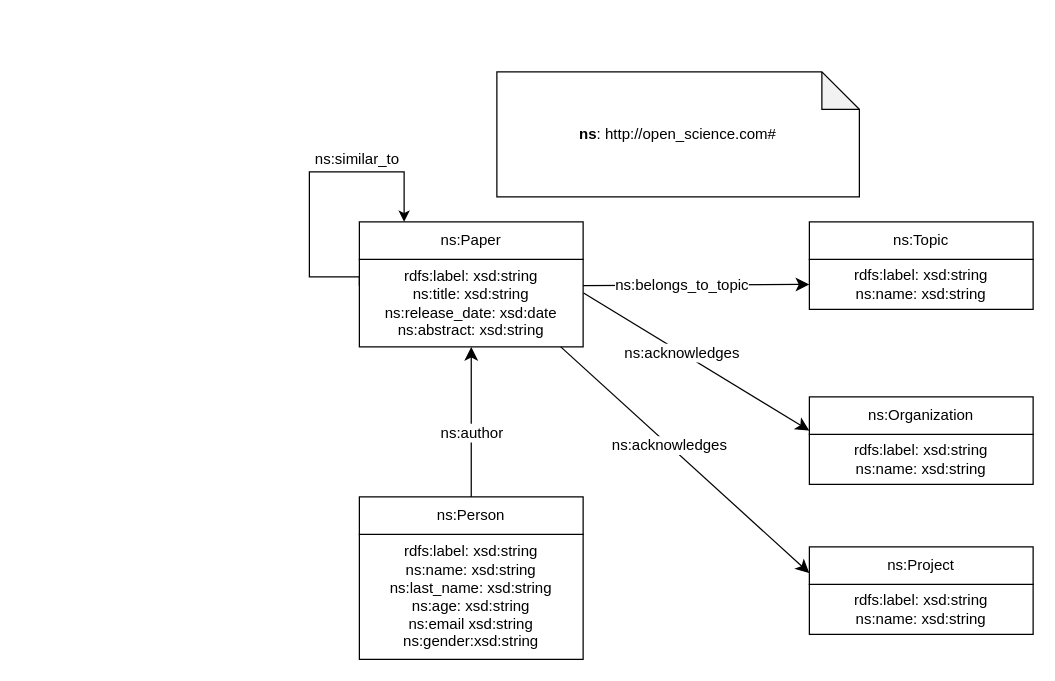
Before: ontologies/ontology_graph.drawio.xml in JorgeMIng/Article_Graph, a draw.io diagram. Source tidied: cells renumbered, new cells numbered last; positions are measured from the earlier drawing's top-left corner, leaving out a move shared by most shapes. Both pictures are drawn from the tidied source at 125%, with x=0, y=0 at pixel (309, 71).
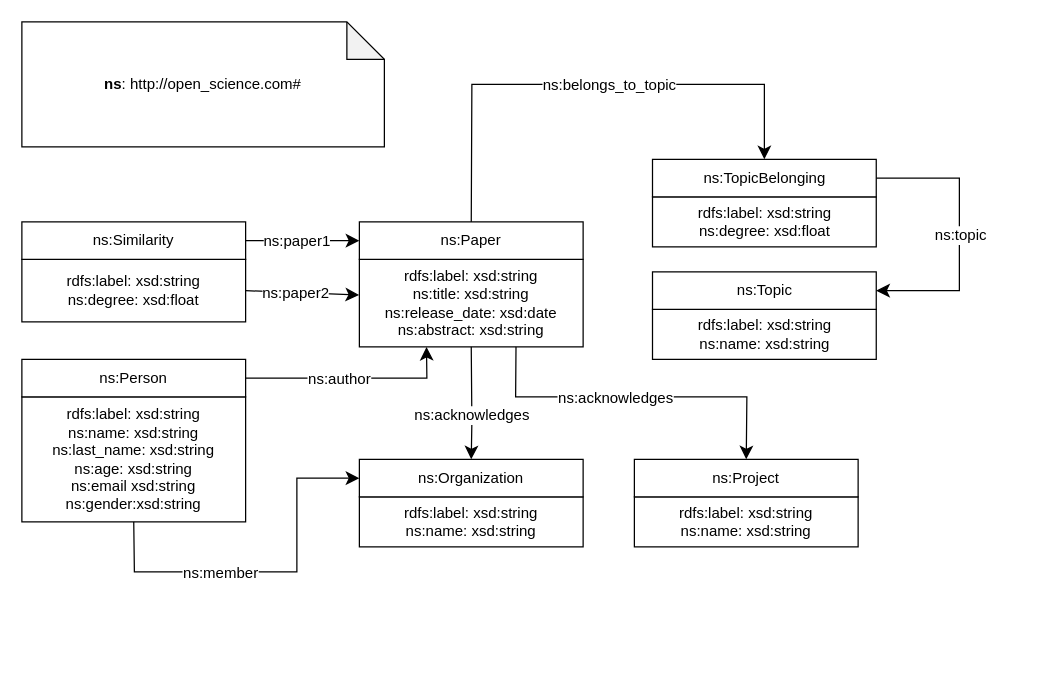
The same page after the edit.

Commit message (it also covers changes not shown here):
(1-modify-ontology) Add changes to the ontology regarding the feedback

The change refers to these unchanged cells:
```xml
<mxCell id="3" value="&lt;div&gt;rdfs:label: xsd:string&lt;br&gt;&lt;/div&gt;ns:title: xsd:string&lt;div&gt;ns:release_date: xsd:date&lt;br&gt;&lt;div&gt;ns:abstract: xsd:string&lt;/div&gt;&lt;/div&gt;" style="rounded=0;whiteSpace=wrap;html=1;snapToPoint=1;points=[[0.1,0],[0.2,0],[0.3,0],[0.4,0],[0.5,0],[0.6,0],[0.7,0],[0.8,0],[0.9,0],[0,0.1],[0,0.3],[0,0.5],[0,0.7],[0,0.9],[0.1,1],[0.2,1],[0.3,1],[0.4,1],[0.5,1],[0.6,1],[0.7,1],[0.8,1],[0.9,1],[1,0.1],[1,0.3],[1,0.5],[1,0.7],[1,0.9]];" parent="1" vertex="1">
  <mxGeometry x="40" y="150" width="179" height="70" as="geometry" />
</mxCell>
<mxCell id="4" value="ns:Paper" style="rounded=0;whiteSpace=wrap;html=1;snapToPoint=1;points=[[0.1,0],[0.2,0],[0.3,0],[0.4,0],[0.5,0],[0.6,0],[0.7,0],[0.8,0],[0.9,0],[0,0.1],[0,0.3],[0,0.5],[0,0.7],[0,0.9],[0.1,1],[0.2,1],[0.3,1],[0.4,1],[0.5,1],[0.6,1],[0.7,1],[0.8,1],[0.9,1],[1,0.1],[1,0.3],[1,0.5],[1,0.7],[1,0.9]];" parent="1" vertex="1">
  <mxGeometry x="40" y="120" width="179" height="30" as="geometry" />
</mxCell>
```

The edit, as a diff of the source:
```diff
@@
     <mxCell id="2" value="&lt;div&gt;&lt;b&gt;ns&lt;/b&gt;: http://open_science.com#&lt;/div&gt;" style="shape=note;whiteSpace=wrap;html=1;backgroundOutline=1;darkOpacity=0.05;" parent="1" vertex="1">
-      <mxGeometry x="150" width="290" height="100" as="geometry" />
+      <mxGeometry x="-230" y="-40" width="290" height="100" as="geometry" />
     </mxCell>
@@
     <mxCell id="5" value="&lt;div&gt;rdfs:label: xsd:string&lt;br&gt;&lt;/div&gt;ns:name: xsd:string" style="rounded=0;whiteSpace=wrap;html=1;snapToPoint=1;points=[[0.1,0],[0.2,0],[0.3,0],[0.4,0],[0.5,0],[0.6,0],[0.7,0],[0.8,0],[0.9,0],[0,0.1],[0,0.3],[0,0.5],[0,0.7],[0,0.9],[0.1,1],[0.2,1],[0.3,1],[0.4,1],[0.5,1],[0.6,1],[0.7,1],[0.8,1],[0.9,1],[1,0.1],[1,0.3],[1,0.5],[1,0.7],[1,0.9]];" parent="1" vertex="1">
-      <mxGeometry x="400" y="150" width="179" height="40" as="geometry" />
+      <mxGeometry x="274.5" y="190" width="179" height="40" as="geometry" />
     </mxCell>
     <mxCell id="6" value="ns:Topic" style="rounded=0;whiteSpace=wrap;html=1;snapToPoint=1;points=[[0.1,0],[0.2,0],[0.3,0],[0.4,0],[0.5,0],[0.6,0],[0.7,0],[0.8,0],[0.9,0],[0,0.1],[0,0.3],[0,0.5],[0,0.7],[0,0.9],[0.1,1],[0.2,1],[0.3,1],[0.4,1],[0.5,1],[0.6,1],[0.7,1],[0.8,1],[0.9,1],[1,0.1],[1,0.3],[1,0.5],[1,0.7],[1,0.9]];" parent="1" vertex="1">
-      <mxGeometry x="400" y="120" width="179" height="30" as="geometry" />
+      <mxGeometry x="274.5" y="160" width="179" height="30" as="geometry" />
     </mxCell>
-    <mxCell id="7" style="endArrow=classic;html=1;entryX=0.5;entryY=1;entryDx=0;entryDy=0;endSize=8;rounded=0;exitX=0.5;exitY=0;exitDx=0;exitDy=0;" parent="1" edge="1" source="12" target="3">
-      <mxGeometry relative="1" as="geometry" />
+    <mxCell id="7" style="endArrow=classic;html=1;entryX=0.3;entryY=1;entryDx=0;entryDy=0;endSize=8;rounded=0;exitX=1;exitY=0.5;exitDx=0;exitDy=0;" parent="1" edge="1" source="12" target="3">
+      <mxGeometry relative="1" as="geometry">
+        <Array as="points">
+          <mxPoint x="94" y="245" />
+        </Array>
+      </mxGeometry>
     </mxCell>
@@
     <mxCell id="9" value="&lt;div&gt;rdfs:label: xsd:string&lt;br&gt;&lt;/div&gt;ns:name: xsd:string" style="rounded=0;whiteSpace=wrap;html=1;" parent="1" vertex="1">
-      <mxGeometry x="400" y="290" width="179" height="40" as="geometry" />
+      <mxGeometry x="40" y="340" width="179" height="40" as="geometry" />
     </mxCell>
     <mxCell id="10" value="ns:Organization" style="rounded=0;whiteSpace=wrap;html=1;snapToPoint=1;points=[[0.1,0],[0.2,0],[0.3,0],[0.4,0],[0.5,0],[0.6,0],[0.7,0],[0.8,0],[0.9,0],[0,0.1],[0,0.3],[0,0.5],[0,0.7],[0,0.9],[0.1,1],[0.2,1],[0.3,1],[0.4,1],[0.5,1],[0.6,1],[0.7,1],[0.8,1],[0.9,1],[1,0.1],[1,0.3],[1,0.5],[1,0.7],[1,0.9]];" parent="1" vertex="1">
-      <mxGeometry x="400" y="260" width="179" height="30" as="geometry" />
+      <mxGeometry x="40" y="310" width="179" height="30" as="geometry" />
     </mxCell>
     <mxCell id="11" value="&lt;div&gt;rdfs:label: xsd:string&lt;br&gt;&lt;/div&gt;ns:name: xsd:string&lt;div&gt;ns:last_name: xsd:string&lt;br&gt;&lt;div&gt;ns:age: xsd:string&lt;br&gt;&lt;/div&gt;&lt;/div&gt;&lt;div&gt;ns:email xsd:string&lt;/div&gt;&lt;div&gt;ns:gender:xsd:string&lt;/div&gt;" style="rounded=0;whiteSpace=wrap;html=1;snapToPoint=1;points=[[0.1,0],[0.2,0],[0.3,0],[0.4,0],[0.5,0],[0.6,0],[0.7,0],[0.8,0],[0.9,0],[0,0.1],[0,0.3],[0,0.5],[0,0.7],[0,0.9],[0.1,1],[0.2,1],[0.3,1],[0.4,1],[0.5,1],[0.6,1],[0.7,1],[0.8,1],[0.9,1],[1,0.1],[1,0.3],[1,0.5],[1,0.7],[1,0.9]];" parent="1" vertex="1">
-      <mxGeometry x="40" y="370" width="179" height="100" as="geometry" />
+      <mxGeometry x="-230" y="260" width="179" height="100" as="geometry" />
     </mxCell>
     <mxCell id="12" value="ns:Person" style="rounded=0;whiteSpace=wrap;html=1;snapToPoint=1;points=[[0.1,0],[0.2,0],[0.3,0],[0.4,0],[0.5,0],[0.6,0],[0.7,0],[0.8,0],[0.9,0],[0,0.1],[0,0.3],[0,0.5],[0,0.7],[0,0.9],[0.1,1],[0.2,1],[0.3,1],[0.4,1],[0.5,1],[0.6,1],[0.7,1],[0.8,1],[0.9,1],[1,0.1],[1,0.3],[1,0.5],[1,0.7],[1,0.9]];" parent="1" vertex="1">
-      <mxGeometry x="40" y="340" width="179" height="30" as="geometry" />
+      <mxGeometry x="-230" y="230" width="179" height="30" as="geometry" />
     </mxCell>
     <mxCell id="13" value="&lt;div&gt;rdfs:label: xsd:string&lt;br&gt;&lt;/div&gt;ns:name: xsd:string" style="rounded=0;whiteSpace=wrap;html=1;" parent="1" vertex="1">
-      <mxGeometry x="400" y="410" width="179" height="40" as="geometry" />
+      <mxGeometry x="260" y="340" width="179" height="40" as="geometry" />
     </mxCell>
     <mxCell id="14" value="ns:Project" style="rounded=0;whiteSpace=wrap;html=1;snapToPoint=1;points=[[0.1,0],[0.2,0],[0.3,0],[0.4,0],[0.5,0],[0.6,0],[0.7,0],[0.8,0],[0.9,0],[0,0.1],[0,0.3],[0,0.5],[0,0.7],[0,0.9],[0.1,1],[0.2,1],[0.3,1],[0.4,1],[0.5,1],[0.6,1],[0.7,1],[0.8,1],[0.9,1],[1,0.1],[1,0.3],[1,0.5],[1,0.7],[1,0.9]];" parent="1" vertex="1">
-      <mxGeometry x="400" y="380" width="179" height="30" as="geometry" />
+      <mxGeometry x="260" y="310" width="179" height="30" as="geometry" />
     </mxCell>
-    <mxCell id="15" style="endArrow=classic;html=1;exitX=1;exitY=0.3;exitDx=0;exitDy=0;entryX=0;entryY=0.5;entryDx=0;entryDy=0;endSize=8;rounded=0;" parent="1" edge="1" source="3" target="5">
-      <mxGeometry relative="1" as="geometry" />
+    <mxCell id="15" style="endArrow=classic;html=1;exitX=0.5;exitY=0;exitDx=0;exitDy=0;entryX=0.5;entryY=0;entryDx=0;entryDy=0;endSize=8;rounded=0;" parent="1" edge="1" source="4" target="29">
+      <mxGeometry relative="1" as="geometry">
+        <Array as="points">
+          <mxPoint x="130" y="10" />
+          <mxPoint x="364" y="10" />
+        </Array>
+      </mxGeometry>
     </mxCell>
     <mxCell id="16" value="&lt;div&gt;ns:belongs_to_topic&lt;/div&gt;" style="text;html=1;align=center;verticalAlign=middle;labelBackgroundColor=#ffffff;" parent="15" vertex="1">
-      <mxGeometry x="-0.13" relative="1" as="geometry" />
+      <mxGeometry x="-0.13" relative="1" as="geometry">
+        <mxPoint x="44" as="offset" />
+      </mxGeometry>
     </mxCell>
-    <mxCell id="17" style="endArrow=classic;html=1;exitX=1.002;exitY=0.385;exitDx=0;exitDy=0;entryX=0;entryY=0.9;entryDx=0;entryDy=0;endSize=8;rounded=0;exitPerimeter=0;" parent="1" edge="1" source="3" target="10">
-      <mxGeometry relative="1" as="geometry" />
+    <mxCell id="17" style="endArrow=classic;html=1;exitX=0.5;exitY=1;exitDx=0;exitDy=0;endSize=8;rounded=0;entryX=0.5;entryY=0;entryDx=0;entryDy=0;" parent="1" edge="1" source="3" target="10">
+      <mxGeometry relative="1" as="geometry">
+        <Array as="points">
+          <mxPoint x="130" y="280" />
+        </Array>
+      </mxGeometry>
     </mxCell>
     <mxCell id="18" value="&lt;div&gt;ns:acknowledges&lt;/div&gt;" style="text;html=1;align=center;verticalAlign=middle;labelBackgroundColor=#ffffff;" parent="17" vertex="1">
-      <mxGeometry x="-0.13" relative="1" as="geometry" />
+      <mxGeometry x="-0.13" relative="1" as="geometry">
+        <mxPoint y="16" as="offset" />
+      </mxGeometry>
     </mxCell>
-    <mxCell id="19" style="endArrow=classic;html=1;exitX=0.9;exitY=1;exitDx=0;exitDy=0;entryX=0;entryY=0.7;entryDx=0;entryDy=0;endSize=8;rounded=0;" parent="1" edge="1" source="3" target="14">
-      <mxGeometry relative="1" as="geometry" />
+    <mxCell id="19" style="endArrow=classic;html=1;entryX=0.5;entryY=0;entryDx=0;entryDy=0;endSize=8;rounded=0;exitX=0.7;exitY=1;exitDx=0;exitDy=0;" parent="1" edge="1" source="3" target="14">
+      <mxGeometry relative="1" as="geometry">
+        <Array as="points">
+          <mxPoint x="165" y="260" />
+          <mxPoint x="350" y="260" />
+        </Array>
+      </mxGeometry>
     </mxCell>
@@
-    <mxCell id="21" value="ns:similar_to" style="edgeStyle=orthogonalEdgeStyle;rounded=0;jettySize=auto;html=1;fontSize=12;entryX=0.2;entryY=0;entryDx=0;entryDy=0;exitX=0;exitY=0.3;exitDx=0;exitDy=0;" parent="1" edge="1" source="3" target="4">
-      <mxGeometry x="0.37" y="10" relative="1" as="geometry">
-        <Array as="points">
-          <mxPoint x="40" y="164" />
-          <mxPoint y="164" />
-          <mxPoint y="80" />
-          <mxPoint x="76" y="80" />
-        </Array>
-      </mxGeometry>
-    </mxCell>
+    <mxCell id="22" value="&lt;div&gt;rdfs:label: xsd:string&lt;/div&gt;&lt;div&gt;ns:degree: xsd:float&lt;/div&gt;" style="rounded=0;whiteSpace=wrap;html=1;snapToPoint=1;points=[[0.1,0],[0.2,0],[0.3,0],[0.4,0],[0.5,0],[0.6,0],[0.7,0],[0.8,0],[0.9,0],[0,0.1],[0,0.3],[0,0.5],[0,0.7],[0,0.9],[0.1,1],[0.2,1],[0.3,1],[0.4,1],[0.5,1],[0.6,1],[0.7,1],[0.8,1],[0.9,1],[1,0.1],[1,0.3],[1,0.5],[1,0.7],[1,0.9]];" parent="1" vertex="1">
+      <mxGeometry x="-230" y="150" width="179" height="50" as="geometry" />
+    </mxCell>
+    <mxCell id="23" value="ns:Similarity" style="rounded=0;whiteSpace=wrap;html=1;snapToPoint=1;points=[[0.1,0],[0.2,0],[0.3,0],[0.4,0],[0.5,0],[0.6,0],[0.7,0],[0.8,0],[0.9,0],[0,0.1],[0,0.3],[0,0.5],[0,0.7],[0,0.9],[0.1,1],[0.2,1],[0.3,1],[0.4,1],[0.5,1],[0.6,1],[0.7,1],[0.8,1],[0.9,1],[1,0.1],[1,0.3],[1,0.5],[1,0.7],[1,0.9]];" parent="1" vertex="1">
+      <mxGeometry x="-230" y="120" width="179" height="30" as="geometry" />
+    </mxCell>
+    <mxCell id="24" style="endArrow=classic;html=1;exitX=1;exitY=0.5;exitDx=0;exitDy=0;endSize=8;rounded=0;entryX=0;entryY=0.5;entryDx=0;entryDy=0;" parent="1" edge="1" source="23" target="4">
+      <mxGeometry relative="1" as="geometry" />
+    </mxCell>
+    <mxCell id="25" value="&lt;div&gt;ns:paper1&lt;/div&gt;" style="text;html=1;align=center;verticalAlign=middle;labelBackgroundColor=#ffffff;" parent="24" vertex="1">
+      <mxGeometry x="-0.13" relative="1" as="geometry" />
+    </mxCell>
+    <mxCell id="26" style="endArrow=classic;html=1;exitX=1;exitY=0.5;exitDx=0;exitDy=0;endSize=8;rounded=0;entryX=-0.001;entryY=0.407;entryDx=0;entryDy=0;entryPerimeter=0;" parent="1" edge="1" source="22" target="3">
+      <mxGeometry relative="1" as="geometry" />
+    </mxCell>
+    <mxCell id="27" value="&lt;div&gt;ns:paper2&lt;/div&gt;" style="text;html=1;align=center;verticalAlign=middle;labelBackgroundColor=#ffffff;" parent="26" vertex="1">
+      <mxGeometry x="-0.13" relative="1" as="geometry" />
+    </mxCell>
+    <mxCell id="28" value="&lt;div&gt;rdfs:label: xsd:string&lt;br&gt;&lt;/div&gt;ns:degree: xsd:float" style="rounded=0;whiteSpace=wrap;html=1;" parent="1" vertex="1">
+      <mxGeometry x="274.5" y="100" width="179" height="40" as="geometry" />
+    </mxCell>
+    <mxCell id="29" value="ns:TopicBelonging" style="rounded=0;whiteSpace=wrap;html=1;snapToPoint=1;points=[[0.1,0],[0.2,0],[0.3,0],[0.4,0],[0.5,0],[0.6,0],[0.7,0],[0.8,0],[0.9,0],[0,0.1],[0,0.3],[0,0.5],[0,0.7],[0,0.9],[0.1,1],[0.2,1],[0.3,1],[0.4,1],[0.5,1],[0.6,1],[0.7,1],[0.8,1],[0.9,1],[1,0.1],[1,0.3],[1,0.5],[1,0.7],[1,0.9]];" parent="1" vertex="1">
+      <mxGeometry x="274.5" y="70" width="179" height="30" as="geometry" />
+    </mxCell>
+    <mxCell id="30" style="endArrow=classic;html=1;exitX=1;exitY=0.5;exitDx=0;exitDy=0;entryX=1;entryY=0.5;entryDx=0;entryDy=0;endSize=8;rounded=0;" parent="1" edge="1" source="29" target="6">
+      <mxGeometry relative="1" as="geometry">
+        <Array as="points">
+          <mxPoint x="520" y="85" />
+          <mxPoint x="520" y="175" />
+        </Array>
+      </mxGeometry>
+    </mxCell>
+    <mxCell id="31" value="&lt;div&gt;ns:topic&lt;/div&gt;" style="text;html=1;align=center;verticalAlign=middle;labelBackgroundColor=#ffffff;" parent="30" vertex="1">
+      <mxGeometry x="-0.13" relative="1" as="geometry">
+        <mxPoint y="15" as="offset" />
+      </mxGeometry>
+    </mxCell>
+    <mxCell id="32" style="endArrow=classic;html=1;entryX=0;entryY=0.5;entryDx=0;entryDy=0;endSize=8;rounded=0;exitX=0.5;exitY=1;exitDx=0;exitDy=0;" parent="1" edge="1" source="11" target="10">
+      <mxGeometry relative="1" as="geometry">
+        <Array as="points">
+          <mxPoint x="-140" y="400" />
+          <mxPoint x="-10" y="400" />
+          <mxPoint x="-10" y="325" />
+        </Array>
+      </mxGeometry>
+    </mxCell>
+    <mxCell id="33" value="&lt;div&gt;ns:member&lt;/div&gt;" style="text;html=1;align=center;verticalAlign=middle;labelBackgroundColor=#ffffff;" parent="32" vertex="1">
+      <mxGeometry x="-0.13" relative="1" as="geometry">
+        <mxPoint x="-19" as="offset" />
+      </mxGeometry>
+    </mxCell>
```
